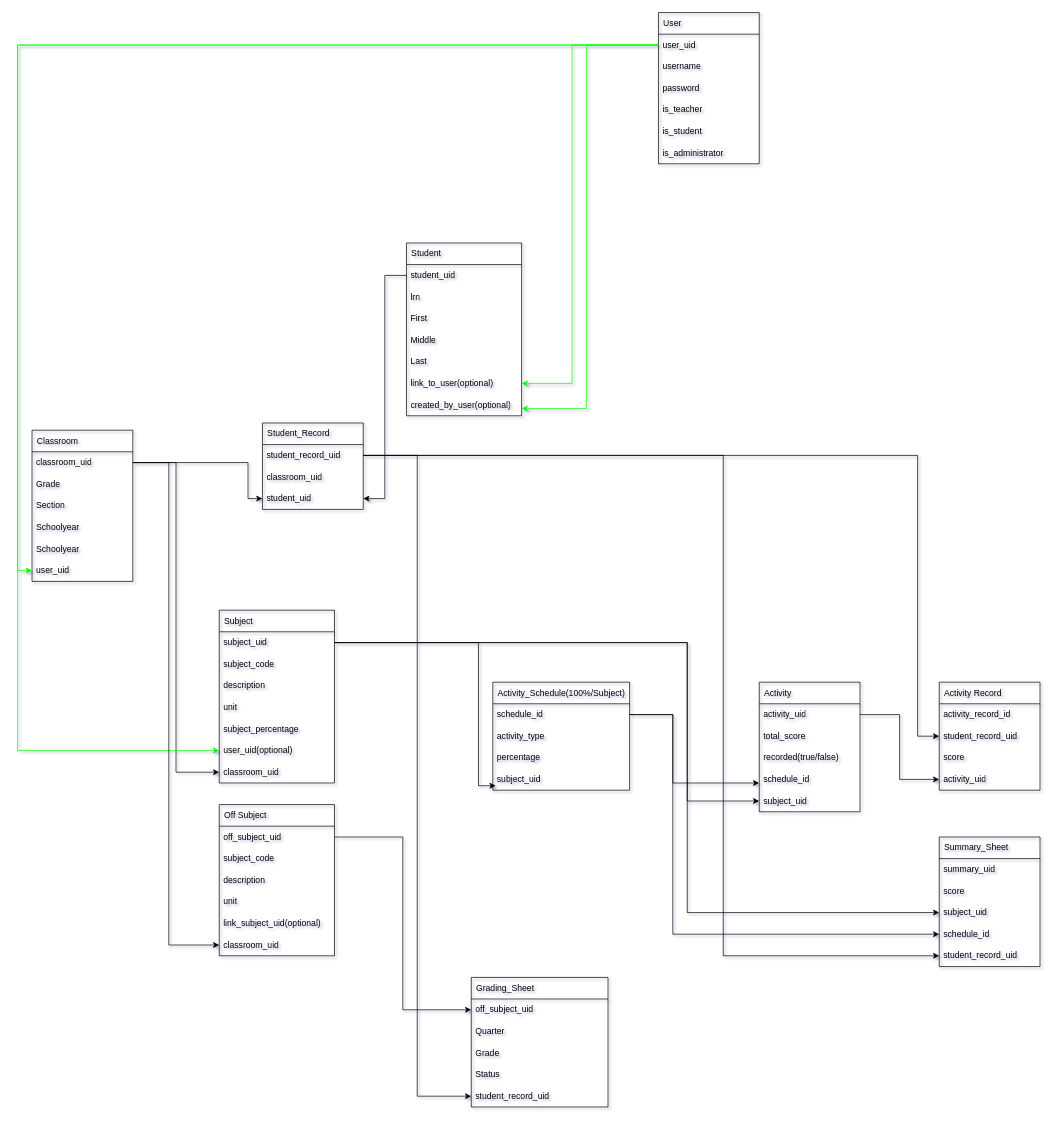
Earlier version of the draw.io diagram Untitled Diagram.drawio (itzuki/EducBuddies). Source tidied: cells renumbered, new cells numbered last; positions are measured from the earlier drawing's top-left corner, leaving out a move shared by most shapes. Both pictures are drawn from the tidied source at 72%, with x=0, y=0 at pixel (17, 12).
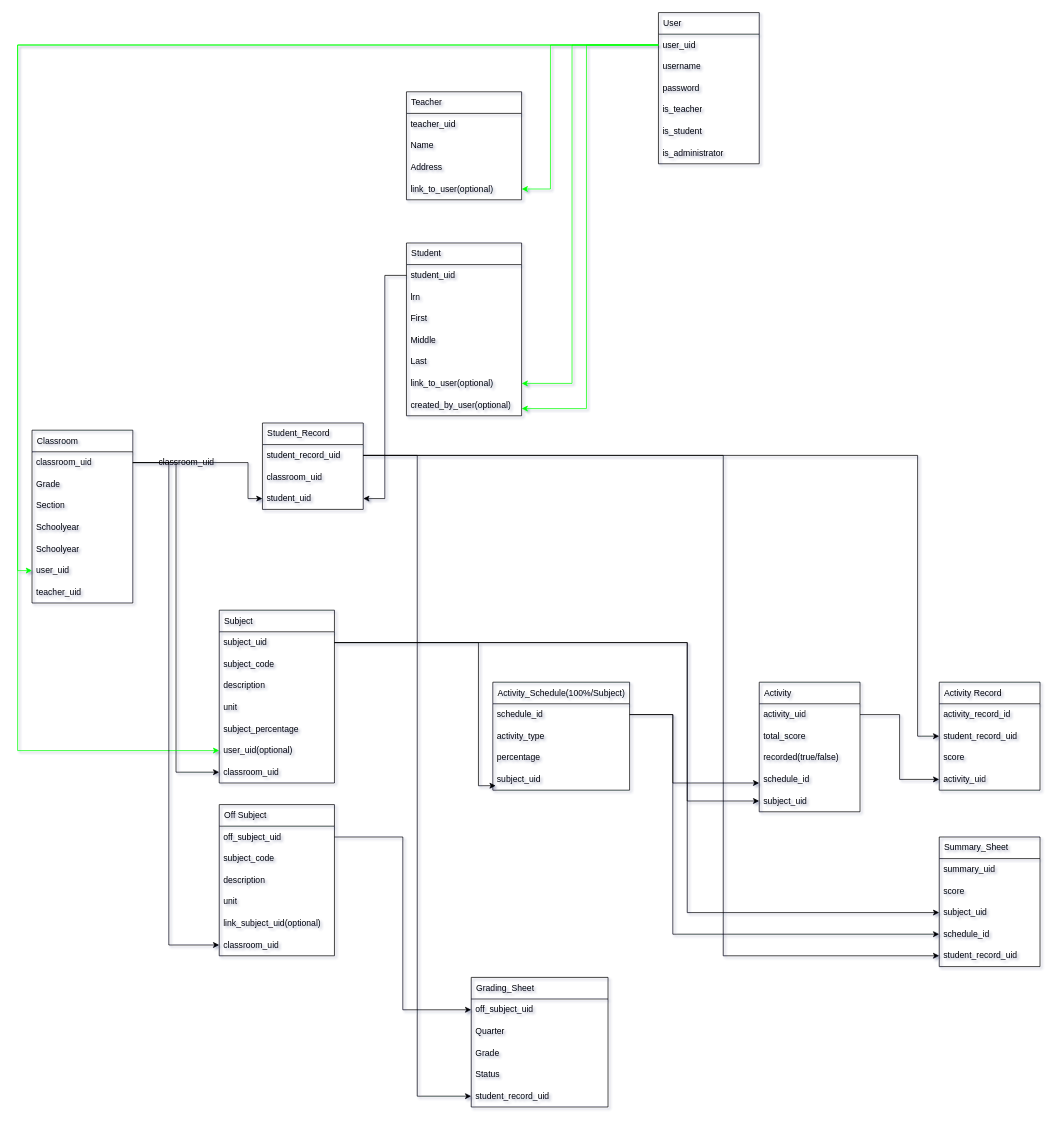
Above is the later version.

The change refers to these unchanged cells:
```xml
<mxCell id="19" value="user_uid" style="text;strokeColor=none;fillColor=none;align=left;verticalAlign=middle;spacingLeft=4;spacingRight=4;overflow=hidden;points=[[0,0.5],[1,0.5]];portConstraint=eastwest;whiteSpace=wrap;html=1;fontFamily=Helvetica;fontSize=12;fontColor=default;" parent="18" vertex="1">
  <mxGeometry y="30" width="140" height="30" as="geometry" />
</mxCell>
```

Diff of the diagram source:
```diff
@@
     <mxCell id="2" value="Classroom" style="swimlane;fontStyle=0;horizontal=1;startSize=30;whiteSpace=wrap;html=1;strokeColor=inherit;align=left;verticalAlign=middle;spacingLeft=5;fontFamily=Helvetica;fontSize=12;fontColor=default;fillColor=none;" parent="1" vertex="1">
-      <mxGeometry x="20" y="580" width="140" height="210" as="geometry" />
+      <mxGeometry x="20" y="580" width="140" height="240" as="geometry" />
     </mxCell>
@@
+    <mxCell id="89" value="teacher_uid" style="text;strokeColor=none;fillColor=none;align=left;verticalAlign=middle;spacingLeft=4;spacingRight=4;overflow=hidden;whiteSpace=wrap;html=1;fontFamily=Helvetica;fontSize=12;fontColor=default;" parent="2" vertex="1">
+      <mxGeometry y="210" width="140" height="30" as="geometry" />
+    </mxCell>
@@
+    <mxCell id="90" value="Teacher" style="swimlane;fontStyle=0;horizontal=1;startSize=30;whiteSpace=wrap;html=1;strokeColor=inherit;align=left;verticalAlign=middle;spacingLeft=5;fontFamily=Helvetica;fontSize=12;fontColor=default;fillColor=none;" parent="1" vertex="1">
+      <mxGeometry x="540" y="110" width="160" height="150" as="geometry" />
+    </mxCell>
+    <mxCell id="91" value="teacher_uid" style="text;strokeColor=none;fillColor=none;align=left;verticalAlign=middle;spacingLeft=4;spacingRight=4;overflow=hidden;whiteSpace=wrap;html=1;fontFamily=Helvetica;fontSize=12;fontColor=default;" parent="90" vertex="1">
+      <mxGeometry y="30" width="160" height="30" as="geometry" />
+    </mxCell>
+    <mxCell id="92" value="Name" style="text;strokeColor=none;fillColor=none;align=left;verticalAlign=middle;spacingLeft=4;spacingRight=4;overflow=hidden;whiteSpace=wrap;html=1;fontFamily=Helvetica;fontSize=12;fontColor=default;" parent="90" vertex="1">
+      <mxGeometry y="60" width="160" height="30" as="geometry" />
+    </mxCell>
+    <mxCell id="93" value="Address" style="text;strokeColor=none;fillColor=none;align=left;verticalAlign=middle;spacingLeft=4;spacingRight=4;overflow=hidden;whiteSpace=wrap;html=1;fontFamily=Helvetica;fontSize=12;fontColor=default;" parent="90" vertex="1">
+      <mxGeometry y="90" width="160" height="30" as="geometry" />
+    </mxCell>
+    <mxCell id="94" value="link_to_user(optional)" style="text;strokeColor=none;fillColor=none;align=left;verticalAlign=middle;spacingLeft=4;spacingRight=4;overflow=hidden;points=[[0,0.5],[1,0.5]];portConstraint=eastwest;whiteSpace=wrap;html=1;fontFamily=Helvetica;fontSize=12;fontColor=default;" parent="90" vertex="1">
+      <mxGeometry y="120" width="160" height="30" as="geometry" />
+    </mxCell>
+    <mxCell id="95" value="classroom_uid" style="text;strokeColor=none;fillColor=none;align=left;verticalAlign=middle;spacingLeft=4;spacingRight=4;overflow=hidden;whiteSpace=wrap;html=1;fontFamily=Helvetica;fontSize=12;fontColor=default;" parent="1" vertex="1">
+      <mxGeometry x="190" y="610" width="140" height="30" as="geometry" />
+    </mxCell>
+    <mxCell id="96" style="edgeStyle=orthogonalEdgeStyle;rounded=0;jettySize=auto;html=1;fontFamily=Helvetica;fontSize=12;fontColor=default;strokeColor=#00FF00;" parent="1" edge="1" source="19" target="94">
+      <mxGeometry relative="1" as="geometry">
+        <Array as="points">
+          <mxPoint x="740" y="45" />
+          <mxPoint x="740" y="245" />
+        </Array>
+      </mxGeometry>
+    </mxCell>
```
